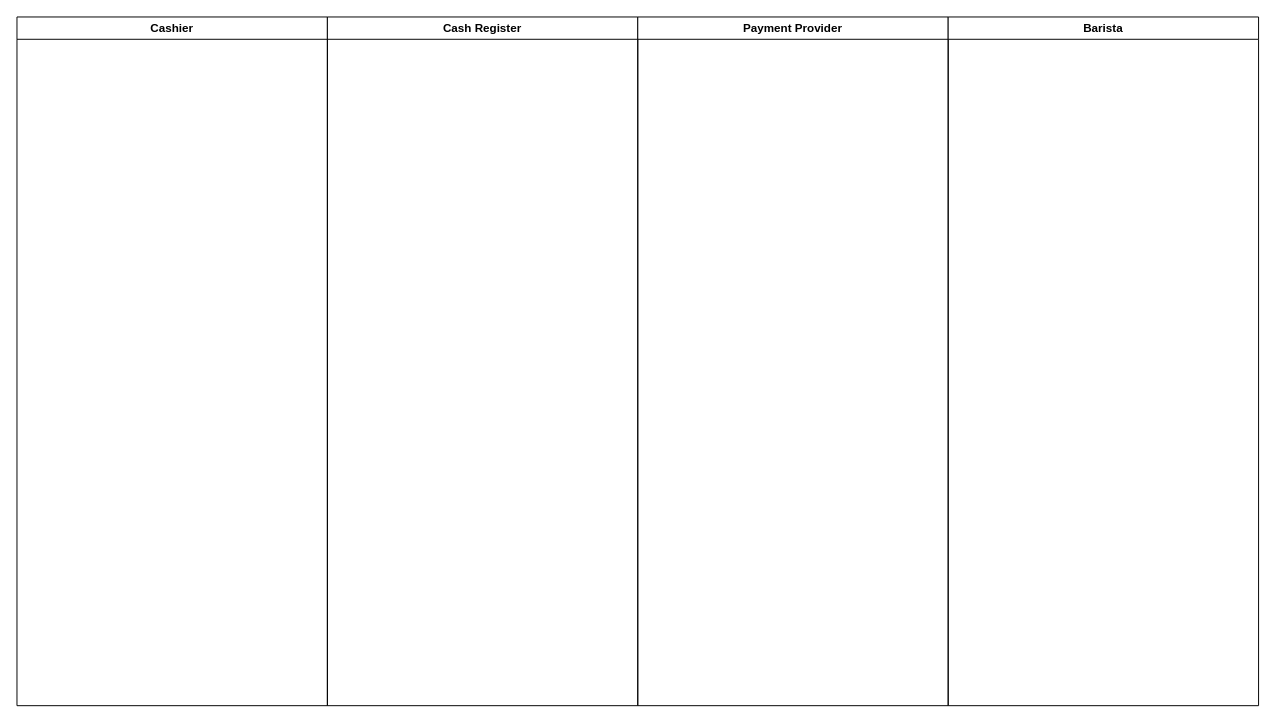
Earlier version of the draw.io diagram Flowchart.drawio (adriennhorvath/architecture). Source tidied: cells renumbered, new cells numbered last; positions are measured from the earlier drawing's top-left corner, leaving out a move shared by most shapes. Both pictures are drawn from the tidied source at 97%, with x=0, y=0 at pixel (16, 16).
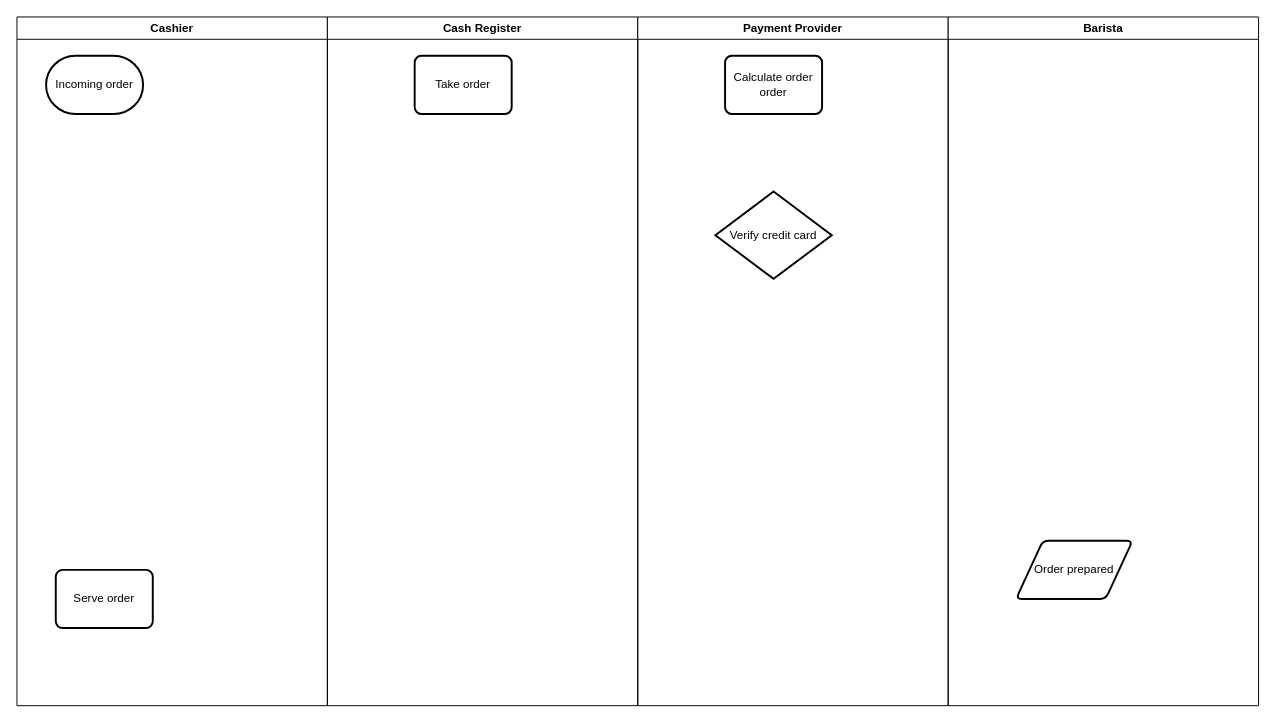
The same diagram, later.

What changed in the source:
```diff
@@
 <mxGraphModel>
   <root>
     <mxCell id="0" />
     <mxCell id="1" parent="0" />
     <mxCell id="2" value="Cashier" style="swimlane;whiteSpace=wrap;html=1;" parent="1" vertex="1">
       <mxGeometry width="320" height="710" as="geometry" />
     </mxCell>
+    <mxCell id="6" value="Incoming order" style="strokeWidth=2;html=1;shape=mxgraph.flowchart.terminator;whiteSpace=wrap;" parent="2" vertex="1">
+      <mxGeometry x="30" y="40" width="100" height="60" as="geometry" />
+    </mxCell>
+    <mxCell id="7" value="Serve order" style="rounded=1;whiteSpace=wrap;html=1;absoluteArcSize=1;arcSize=14;strokeWidth=2;" parent="2" vertex="1">
+      <mxGeometry x="40" y="570" width="100" height="60" as="geometry" />
+    </mxCell>
     <mxCell id="3" value="Cash Register" style="swimlane;whiteSpace=wrap;html=1;" parent="1" vertex="1">
       <mxGeometry x="320" width="320" height="710" as="geometry" />
     </mxCell>
+    <mxCell id="8" value="Take order" style="rounded=1;whiteSpace=wrap;html=1;absoluteArcSize=1;arcSize=14;strokeWidth=2;" parent="3" vertex="1">
+      <mxGeometry x="90" y="40" width="100" height="60" as="geometry" />
+    </mxCell>
     <mxCell id="4" value="Payment Provider" style="swimlane;whiteSpace=wrap;html=1;" parent="1" vertex="1">
       <mxGeometry x="640" width="320" height="710" as="geometry" />
     </mxCell>
+    <mxCell id="9" value="Verify credit card" style="strokeWidth=2;html=1;shape=mxgraph.flowchart.decision;whiteSpace=wrap;" parent="4" vertex="1">
+      <mxGeometry x="80" y="180" width="120" height="90" as="geometry" />
+    </mxCell>
+    <mxCell id="10" value="Calculate order order" style="rounded=1;whiteSpace=wrap;html=1;absoluteArcSize=1;arcSize=14;strokeWidth=2;" parent="4" vertex="1">
+      <mxGeometry x="90" y="40" width="100" height="60" as="geometry" />
+    </mxCell>
     <mxCell id="5" value="Barista" style="swimlane;whiteSpace=wrap;html=1;" parent="1" vertex="1">
       <mxGeometry x="960" width="320" height="710" as="geometry" />
     </mxCell>
+    <mxCell id="11" value="Order prepared" style="shape=parallelogram;html=1;strokeWidth=2;perimeter=parallelogramPerimeter;whiteSpace=wrap;rounded=1;arcSize=12;size=0.23;" parent="5" vertex="1">
+      <mxGeometry x="70" y="540" width="120" height="60" as="geometry" />
+    </mxCell>
   </root>
 </mxGraphModel>
```
